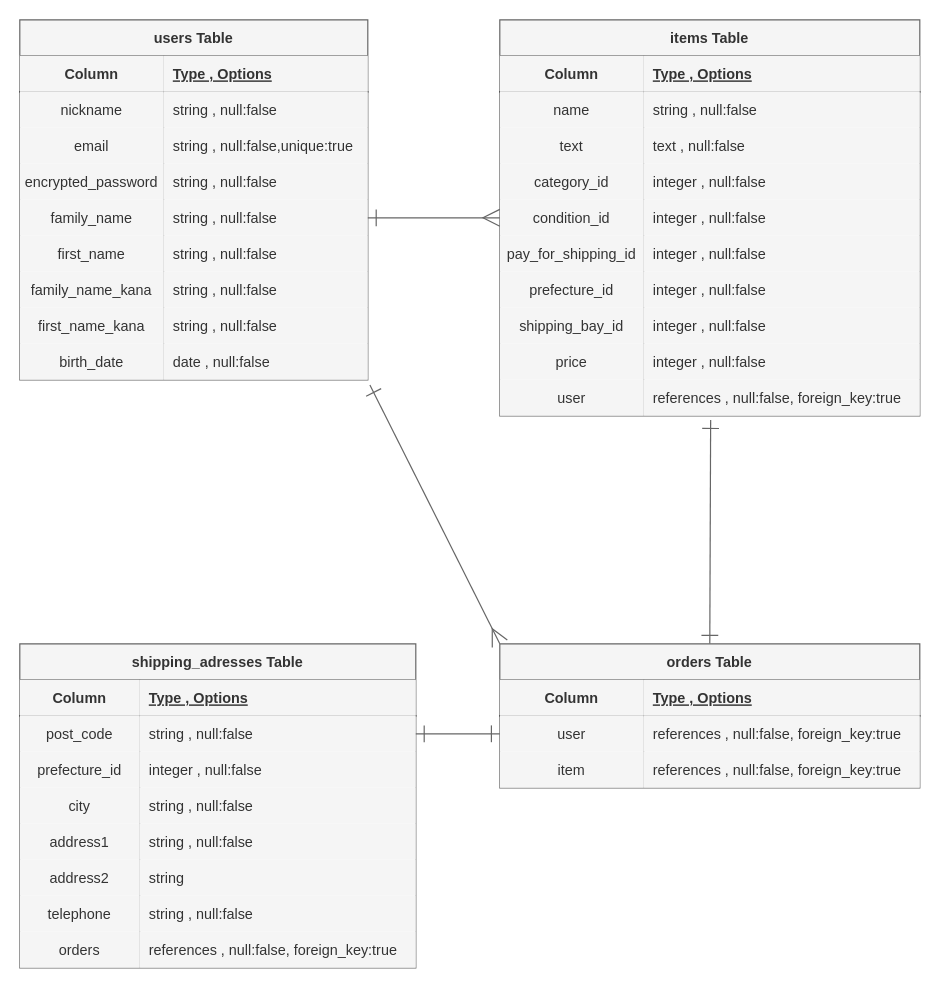
Earlier version of the draw.io diagram er.dio (syoaka/furima-38610). Source tidied: cells renumbered, new cells numbered last; positions are measured from the earlier drawing's top-left corner, leaving out a move shared by most shapes. Both pictures are drawn from the tidied source at 120%, with x=0, y=0 at pixel (19, 19).
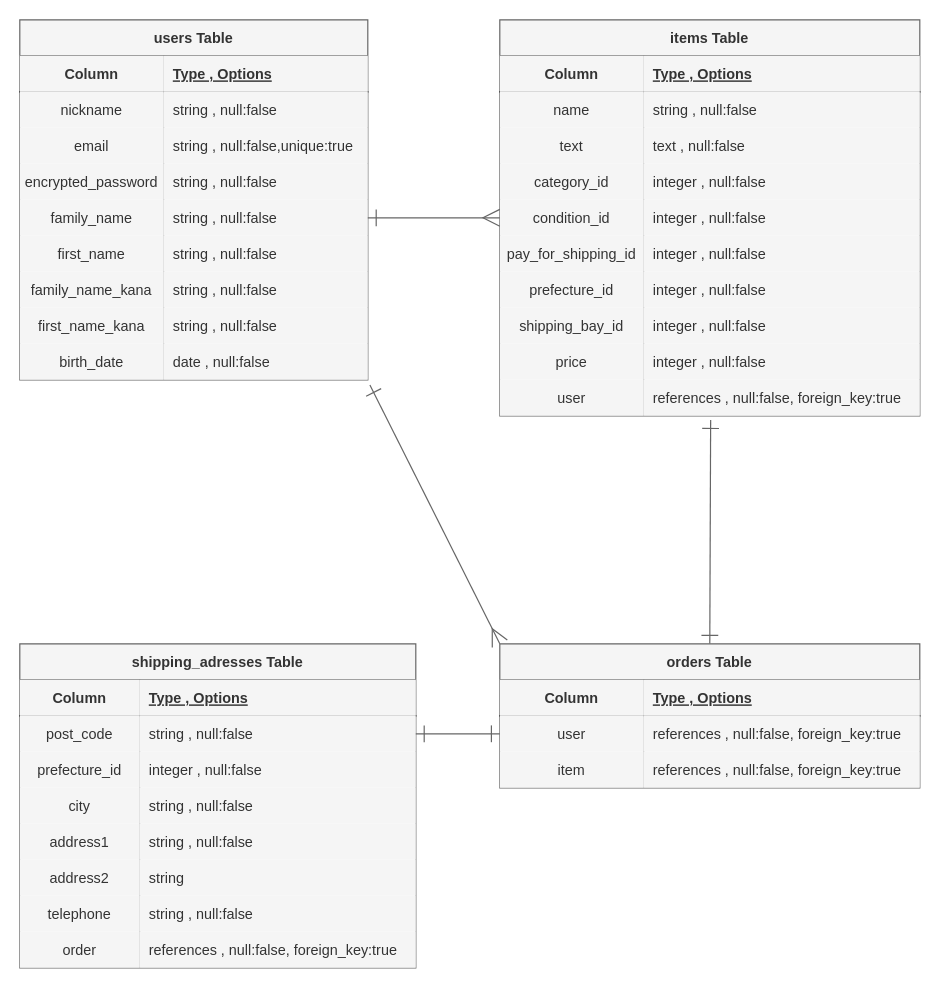
After the change.

Unchanged cells that the change refers to:
```xml
<mxCell id="95" style="shape=partialRectangle;fillColor=none;top=0;left=0;bottom=0;right=0;" parent="73" vertex="1">
  <mxGeometry y="240" width="330" height="30" as="geometry" />
</mxCell>
```

The edit, as a diff of the source:
```diff
@@
-    <mxCell id="96" value="orders" style="shape=partialRectangle;fillColor=#f5f5f5;top=0;left=0;bottom=0;right=0;overflow=hidden;fontColor=#333333;strokeColor=#666666;" parent="95" vertex="1">
+    <mxCell id="96" value="order" style="shape=partialRectangle;fillColor=#f5f5f5;top=0;left=0;bottom=0;right=0;overflow=hidden;fontColor=#333333;strokeColor=#666666;" parent="95" vertex="1">
       <mxGeometry width="100" height="30" as="geometry" />
     </mxCell>
```
